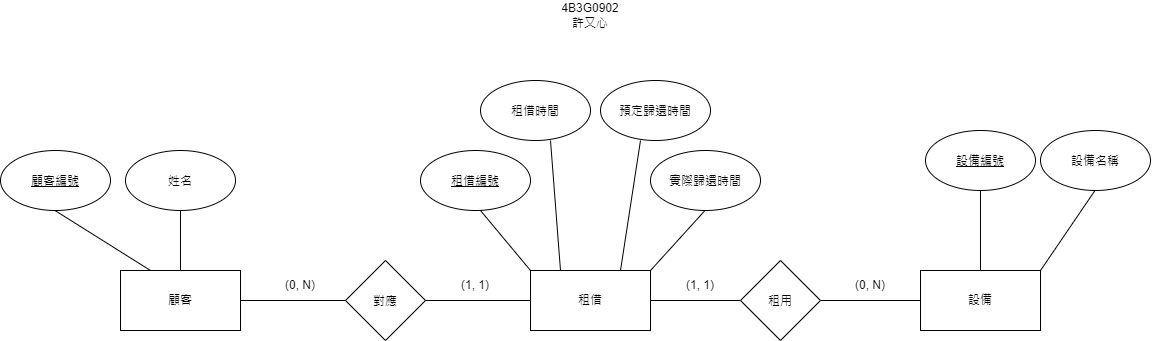
This is 4B3G0902_第七題.drawio.png from xuyouxin-creator/draw.io_20260917, a draw.io export, as it was before one commit. Source tidied: cells renumbered, new cells last; positions are measured from the earlier drawing's top-left corner, leaving out a move shared by most shapes.
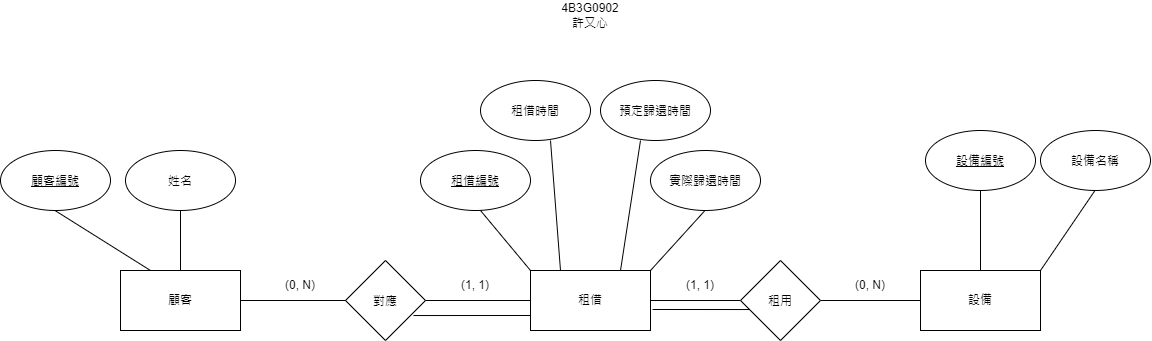
After the commit.

Commit message:
更新4B3G0902_第七題.drawio.png

The edit, as a diff of the source:
```diff
@@ -112,5 +112,11 @@
     <mxCell id="31" value="4B3G0902&lt;div&gt;許又心&lt;/div&gt;" style="text;html=1;whiteSpace=wrap;strokeColor=none;fillColor=none;align=center;verticalAlign=middle;rounded=0;" parent="1" vertex="1">
       <mxGeometry x="560" width="60" height="30" as="geometry" />
     </mxCell>
+    <mxCell id="32" style="endArrow=none;html=1;rounded=0;entryX=0;entryY=0.75;entryDx=0;entryDy=0;exitX=0.85;exitY=0.688;exitDx=0;exitDy=0;exitPerimeter=0;" parent="1" edge="1" source="21" target="2">
+      <mxGeometry relative="1" as="geometry" />
+    </mxCell>
+    <mxCell id="33" style="endArrow=none;html=1;rounded=0;exitX=1.017;exitY=0.65;exitDx=0;exitDy=0;exitPerimeter=0;entryX=0.113;entryY=0.613;entryDx=0;entryDy=0;entryPerimeter=0;" parent="1" edge="1" source="2" target="29">
+      <mxGeometry relative="1" as="geometry" />
+    </mxCell>
   </root>
 </mxGraphModel>
```
